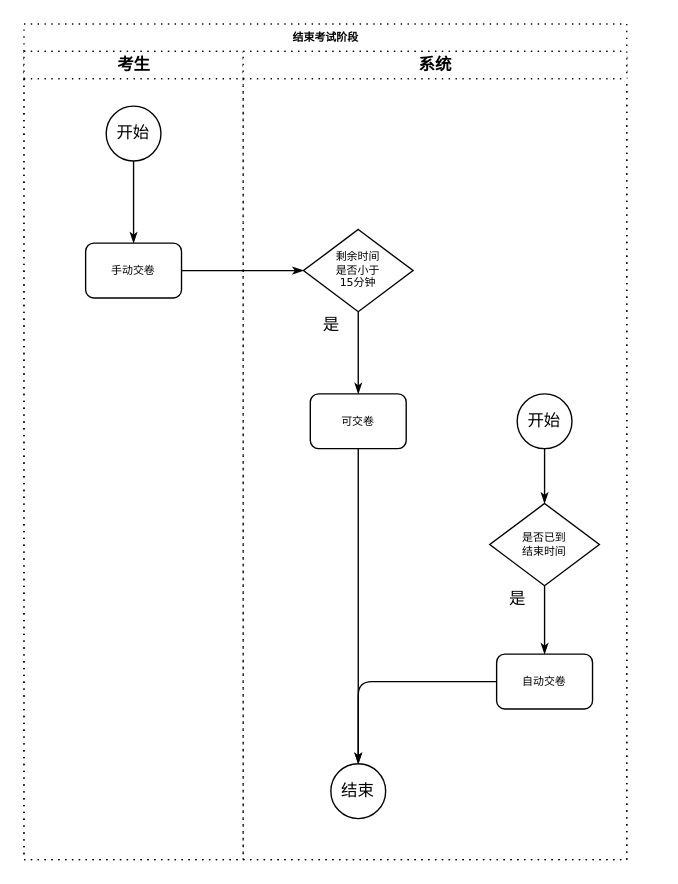
Above: page "结束考试阶段" (5 of 7) of BaHomework-ExamSys.drawio in Vaycent/MyDiagrams (draw.io), before the change. Source tidied: cells renumbered, new cells numbered last; positions are measured from the earlier drawing's top-left corner, leaving out a move shared by most shapes. Both pictures are drawn from the tidied source at 137%, with x=0, y=0 at pixel (23, 23).
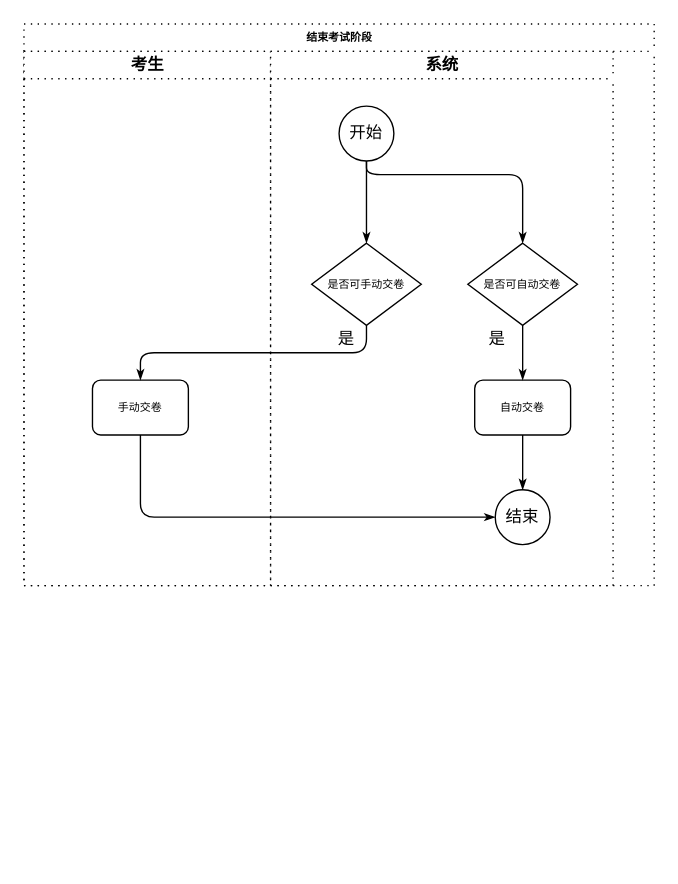
Above is the later version.

Change to the diagram source:
```diff
@@
     <mxCell id="2" value="结束考试阶段" style="swimlane;html=1;startSize=20;rounded=0;shadow=0;labelBackgroundColor=none;strokeWidth=1;fontFamily=Verdana;fontSize=8;align=center;dashed=1;dashPattern=1 4;" parent="1" vertex="1">
-      <mxGeometry width="440" height="610" as="geometry" />
+      <mxGeometry width="460" height="410" as="geometry" />
     </mxCell>
@@
-    <mxCell id="7" style="edgeStyle=orthogonalEdgeStyle;rounded=1;html=1;labelBackgroundColor=none;startArrow=none;startFill=0;startSize=5;endArrow=classicThin;endFill=1;endSize=5;jettySize=auto;strokeWidth=1;fontFamily=Verdana;fontSize=8;exitX=1;exitY=0.5;exitDx=0;exitDy=0;" parent="2" edge="1" source="9" target="13">
-      <mxGeometry relative="1" as="geometry" />
-    </mxCell>
     <mxCell id="8" value="考生" style="swimlane;html=1;startSize=20;dashed=1;dashPattern=1 4;" parent="2" vertex="1">
-      <mxGeometry y="20" width="160" height="590" as="geometry" />
+      <mxGeometry y="20" width="180" height="390" as="geometry" />
     </mxCell>
     <mxCell id="9" value="手动交卷" style="rounded=1;whiteSpace=wrap;html=1;shadow=0;labelBackgroundColor=none;strokeWidth=1;fontFamily=Verdana;fontSize=8;align=center;" parent="8" vertex="1">
-      <mxGeometry x="45" y="140" width="70" height="40" as="geometry" />
+      <mxGeometry x="50" y="240" width="70" height="40" as="geometry" />
     </mxCell>
+    <mxCell id="26" style="edgeStyle=orthogonalEdgeStyle;rounded=1;html=1;labelBackgroundColor=none;startArrow=none;startFill=0;startSize=5;endArrow=classicThin;endFill=1;endSize=5;jettySize=auto;strokeWidth=1;fontFamily=Verdana;fontSize=8;entryX=0.5;entryY=0;entryDx=0;entryDy=0;exitX=0.5;exitY=1;exitDx=0;exitDy=0;" parent="2" edge="1" source="31" target="9">
+      <mxGeometry relative="1" as="geometry" />
+    </mxCell>
+    <mxCell id="12" value="系统" style="swimlane;html=1;startSize=20;dashed=1;dashPattern=1 4;" parent="2" vertex="1">
+      <mxGeometry x="180" y="20" width="250" height="390" as="geometry" />
+    </mxCell>
+    <mxCell id="15" value="自动交卷" style="rounded=1;whiteSpace=wrap;html=1;shadow=0;labelBackgroundColor=none;strokeWidth=1;fontFamily=Verdana;fontSize=8;align=center;" parent="12" vertex="1">
+      <mxGeometry x="149" y="240" width="70" height="40" as="geometry" />
+    </mxCell>
+    <mxCell id="27" value="是否可自动交卷" style="rhombus;whiteSpace=wrap;html=1;rounded=0;shadow=0;labelBackgroundColor=none;strokeWidth=1;fontFamily=Verdana;fontSize=8;align=center;" parent="12" vertex="1">
+      <mxGeometry x="144" y="140" width="80" height="60" as="geometry" />
+    </mxCell>
+    <mxCell id="28" value="是" style="text;html=1;align=center;verticalAlign=middle;fillColor=none;strokeColor=none;rounded=0;" parent="12" vertex="1">
+      <mxGeometry x="40" y="200" width="30" height="20" as="geometry" />
+    </mxCell>
+    <mxCell id="29" style="edgeStyle=orthogonalEdgeStyle;rounded=1;html=1;labelBackgroundColor=none;startArrow=none;startFill=0;startSize=5;endArrow=classicThin;endFill=1;endSize=5;jettySize=auto;strokeWidth=1;fontFamily=Verdana;fontSize=8;exitX=0.5;exitY=1;exitDx=0;exitDy=0;" parent="12" edge="1" source="27" target="15">
+      <mxGeometry relative="1" as="geometry" />
+    </mxCell>
+    <mxCell id="30" value="是" style="text;html=1;align=center;verticalAlign=middle;fillColor=none;strokeColor=none;rounded=0;" parent="12" vertex="1">
+      <mxGeometry x="150" y="200" width="30" height="20" as="geometry" />
+    </mxCell>
+    <mxCell id="11" value="开始" style="ellipse;whiteSpace=wrap;html=1;" parent="12" vertex="1">
+      <mxGeometry x="50" y="40" width="40" height="40" as="geometry" />
+    </mxCell>
-    <mxCell id="10" style="edgeStyle=orthogonalEdgeStyle;rounded=1;html=1;labelBackgroundColor=none;startArrow=none;startFill=0;startSize=5;endArrow=classicThin;endFill=1;endSize=5;jettySize=auto;strokeWidth=1;fontFamily=Verdana;fontSize=8;exitX=0.5;exitY=1;exitDx=0;exitDy=0;" parent="8" edge="1" source="11" target="9">
-      <mxGeometry relative="1" as="geometry" />
+    <mxCell id="10" style="edgeStyle=orthogonalEdgeStyle;rounded=1;html=1;labelBackgroundColor=none;startArrow=none;startFill=0;startSize=5;endArrow=classicThin;endFill=1;endSize=5;jettySize=auto;strokeWidth=1;fontFamily=Verdana;fontSize=8;entryX=0.5;entryY=0;entryDx=0;entryDy=0;exitX=0.5;exitY=1;exitDx=0;exitDy=0;" parent="12" edge="1" source="11" target="31">
+      <mxGeometry relative="1" as="geometry">
+        <Array as="points">
+          <mxPoint x="70" y="80" />
+        </Array>
+      </mxGeometry>
     </mxCell>
-    <mxCell id="11" value="开始" style="ellipse;whiteSpace=wrap;html=1;" parent="8" vertex="1">
-      <mxGeometry x="60" y="40" width="40" height="40" as="geometry" />
-    </mxCell>
-    <mxCell id="12" value="系统" style="swimlane;html=1;startSize=20;dashed=1;dashPattern=1 4;" parent="2" vertex="1">
-      <mxGeometry x="160" y="20" width="280" height="590" as="geometry" />
-    </mxCell>
-    <mxCell id="13" value="剩余时间&lt;br&gt;是否小于&lt;br&gt;15分钟" style="rhombus;whiteSpace=wrap;html=1;rounded=0;shadow=0;labelBackgroundColor=none;strokeWidth=1;fontFamily=Verdana;fontSize=8;align=center;" parent="12" vertex="1">
-      <mxGeometry x="44" y="130" width="80" height="60" as="geometry" />
-    </mxCell>
+    <mxCell id="31" value="是否可手动交卷" style="rhombus;whiteSpace=wrap;html=1;rounded=0;shadow=0;labelBackgroundColor=none;strokeWidth=1;fontFamily=Verdana;fontSize=8;align=center;" parent="12" vertex="1">
+      <mxGeometry x="30" y="140" width="80" height="60" as="geometry" />
+    </mxCell>
+    <mxCell id="32" style="edgeStyle=orthogonalEdgeStyle;rounded=1;html=1;labelBackgroundColor=none;startArrow=none;startFill=0;startSize=5;endArrow=classicThin;endFill=1;endSize=5;jettySize=auto;strokeWidth=1;fontFamily=Verdana;fontSize=8;entryX=0.5;entryY=0;entryDx=0;entryDy=0;exitX=0.5;exitY=1;exitDx=0;exitDy=0;" parent="12" edge="1" source="11" target="27">
+      <mxGeometry relative="1" as="geometry">
+        <Array as="points">
+          <mxPoint x="70" y="90" />
+          <mxPoint x="184" y="90" />
+        </Array>
+      </mxGeometry>
+    </mxCell>
     <mxCell id="14" value="结束" style="ellipse;whiteSpace=wrap;html=1;" parent="12" vertex="1">
-      <mxGeometry x="64" y="520" width="40" height="40" as="geometry" />
+      <mxGeometry x="164" y="320" width="40" height="40" as="geometry" />
     </mxCell>
-    <mxCell id="15" value="自动交卷" style="rounded=1;whiteSpace=wrap;html=1;shadow=0;labelBackgroundColor=none;strokeWidth=1;fontFamily=Verdana;fontSize=8;align=center;" parent="12" vertex="1">
-      <mxGeometry x="185" y="440" width="70" height="40" as="geometry" />
-    </mxCell>
-    <mxCell id="16" value="开始" style="ellipse;whiteSpace=wrap;html=1;" parent="12" vertex="1">
-      <mxGeometry x="200" y="250" width="40" height="40" as="geometry" />
-    </mxCell>
-    <mxCell id="17" value="是否已到&lt;br&gt;结束时间" style="rhombus;whiteSpace=wrap;html=1;rounded=0;shadow=0;labelBackgroundColor=none;strokeWidth=1;fontFamily=Verdana;fontSize=8;align=center;" parent="12" vertex="1">
-      <mxGeometry x="180" y="330" width="80" height="60" as="geometry" />
-    </mxCell>
-    <mxCell id="18" value="可交卷" style="rounded=1;whiteSpace=wrap;html=1;shadow=0;labelBackgroundColor=none;strokeWidth=1;fontFamily=Verdana;fontSize=8;align=center;" parent="12" vertex="1">
-      <mxGeometry x="49" y="250" width="70" height="40" as="geometry" />
-    </mxCell>
-    <mxCell id="19" style="edgeStyle=orthogonalEdgeStyle;rounded=1;html=1;labelBackgroundColor=none;startArrow=none;startFill=0;startSize=5;endArrow=classicThin;endFill=1;endSize=5;jettySize=auto;strokeWidth=1;fontFamily=Verdana;fontSize=8;entryX=0.5;entryY=0;entryDx=0;entryDy=0;" parent="12" edge="1" source="13" target="18">
-      <mxGeometry relative="1" as="geometry" />
-    </mxCell>
-    <mxCell id="20" value="是" style="text;html=1;align=center;verticalAlign=middle;fillColor=none;strokeColor=none;rounded=0;" parent="12" vertex="1">
-      <mxGeometry x="49" y="190" width="30" height="20" as="geometry" />
-    </mxCell>
-    <mxCell id="21" style="edgeStyle=orthogonalEdgeStyle;rounded=1;html=1;labelBackgroundColor=none;startArrow=none;startFill=0;startSize=5;endArrow=classicThin;endFill=1;endSize=5;jettySize=auto;strokeWidth=1;fontFamily=Verdana;fontSize=8;exitX=0.5;exitY=1;exitDx=0;exitDy=0;" parent="12" edge="1" source="16" target="17">
-      <mxGeometry relative="1" as="geometry" />
-    </mxCell>
-    <mxCell id="22" value="是" style="text;html=1;align=center;verticalAlign=middle;fillColor=none;strokeColor=none;rounded=0;" parent="12" vertex="1">
-      <mxGeometry x="185" y="390" width="30" height="20" as="geometry" />
-    </mxCell>
-    <mxCell id="23" style="edgeStyle=orthogonalEdgeStyle;rounded=1;html=1;labelBackgroundColor=none;startArrow=none;startFill=0;startSize=5;endArrow=classicThin;endFill=1;endSize=5;jettySize=auto;strokeWidth=1;fontFamily=Verdana;fontSize=8;exitX=0.5;exitY=1;exitDx=0;exitDy=0;" parent="12" edge="1" source="17" target="15">
-      <mxGeometry relative="1" as="geometry" />
-    </mxCell>
-    <mxCell id="24" style="edgeStyle=orthogonalEdgeStyle;rounded=1;html=1;labelBackgroundColor=none;startArrow=none;startFill=0;startSize=5;endArrow=classicThin;endFill=1;endSize=5;jettySize=auto;strokeWidth=1;fontFamily=Verdana;fontSize=8;exitX=0.5;exitY=1;exitDx=0;exitDy=0;entryX=0.5;entryY=0;entryDx=0;entryDy=0;" parent="12" edge="1" source="18" target="14">
-      <mxGeometry relative="1" as="geometry" />
-    </mxCell>
-    <mxCell id="25" style="edgeStyle=orthogonalEdgeStyle;rounded=1;html=1;labelBackgroundColor=none;startArrow=none;startFill=0;startSize=5;endArrow=classicThin;endFill=1;endSize=5;jettySize=auto;strokeWidth=1;fontFamily=Verdana;fontSize=8;exitX=0;exitY=0.5;exitDx=0;exitDy=0;entryX=0.5;entryY=0;entryDx=0;entryDy=0;" parent="12" edge="1" source="15" target="14">
+    <mxCell id="25" style="edgeStyle=orthogonalEdgeStyle;rounded=1;html=1;labelBackgroundColor=none;startArrow=none;startFill=0;startSize=5;endArrow=classicThin;endFill=1;endSize=5;jettySize=auto;strokeWidth=1;fontFamily=Verdana;fontSize=8;exitX=0.5;exitY=1;exitDx=0;exitDy=0;entryX=0.5;entryY=0;entryDx=0;entryDy=0;" parent="12" edge="1" source="15" target="14">
       <mxGeometry relative="1" as="geometry" />
     </mxCell>
+    <mxCell id="33" style="edgeStyle=orthogonalEdgeStyle;rounded=1;html=1;labelBackgroundColor=none;startArrow=none;startFill=0;startSize=5;endArrow=classicThin;endFill=1;endSize=5;jettySize=auto;strokeWidth=1;fontFamily=Verdana;fontSize=8;exitX=0.5;exitY=1;exitDx=0;exitDy=0;entryX=0;entryY=0.5;entryDx=0;entryDy=0;" parent="2" edge="1" source="9" target="14">
+      <mxGeometry relative="1" as="geometry" />
+    </mxCell>
```
